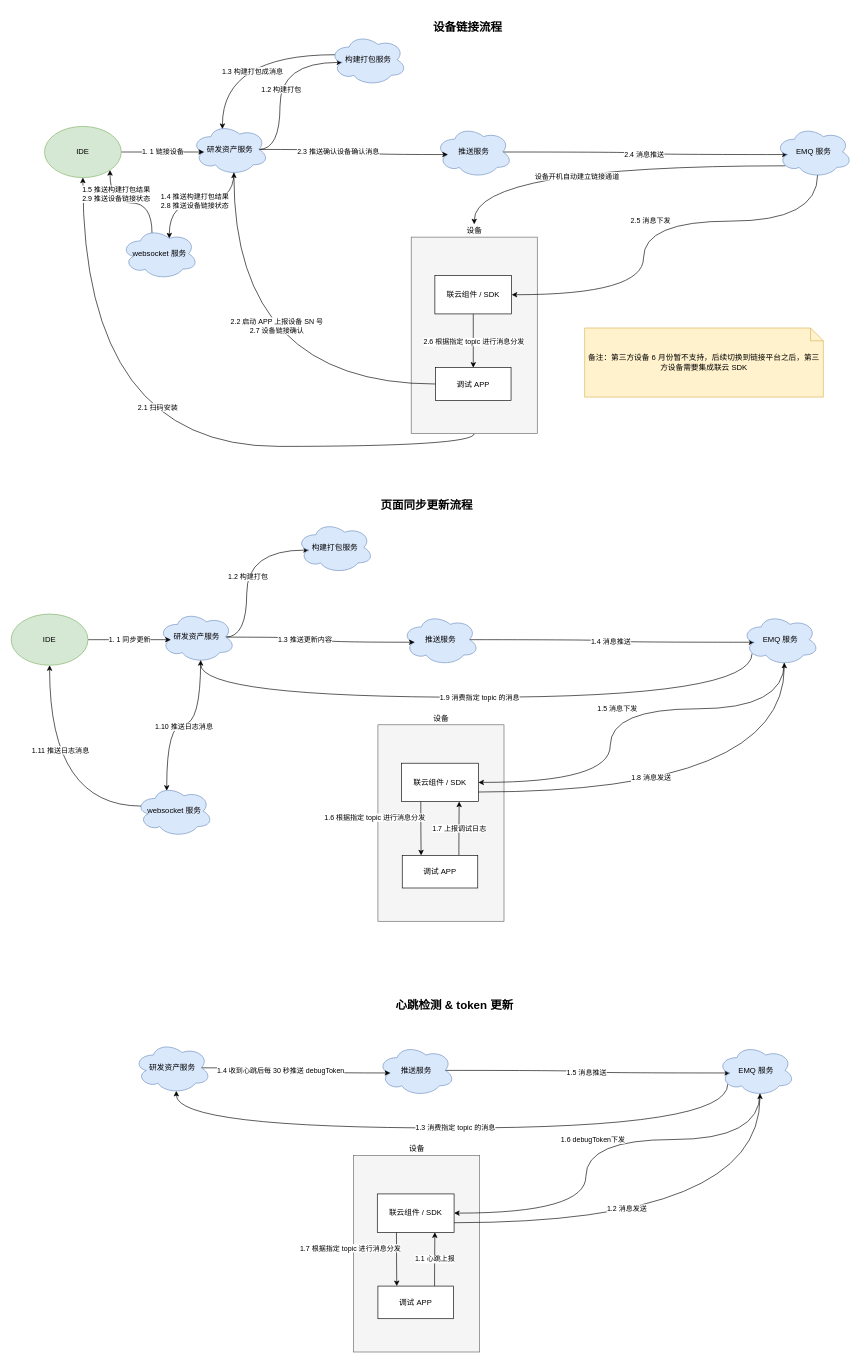
The draw.io diagram 部署图/真机调试系统流程图.drawio in yinjunfeng/UML, before the edit. Source tidied: cells renumbered, new cells numbered last; positions are measured from the earlier drawing's top-left corner, leaving out a move shared by most shapes. Both pictures are drawn from the tidied source at 64%, with x=0, y=0 at pixel (11, 20).
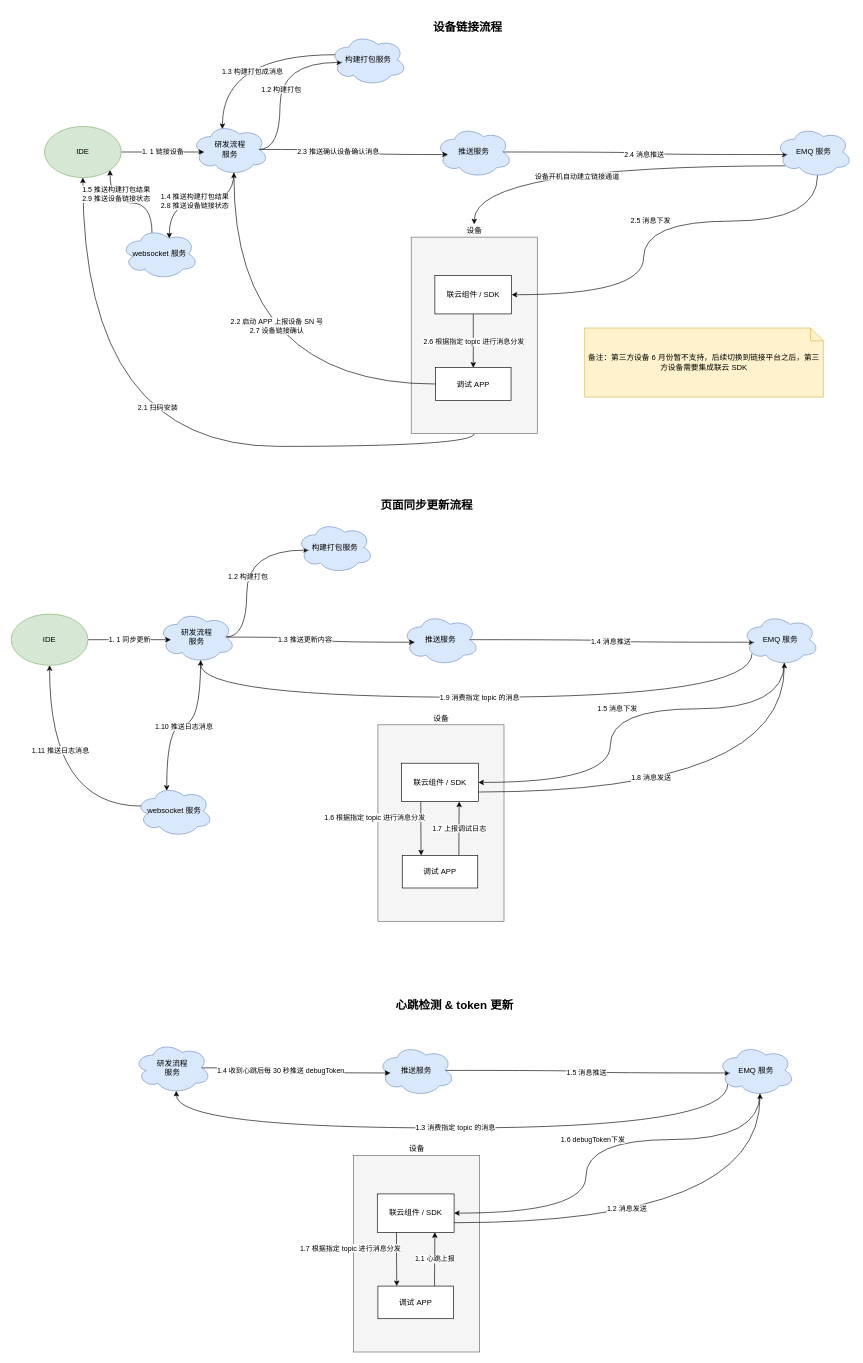
Above is the later version.

Commit message:
Update 真机调试系统流程图.drawio

What changed in the source:
```diff
@@
-    <mxCell id="17" value="研发资产服务" style="ellipse;shape=cloud;whiteSpace=wrap;html=1;fillColor=#dae8fc;strokeColor=#6c8ebf;" parent="1" vertex="1">
+    <mxCell id="17" value="研发流程&lt;br&gt;服务" style="ellipse;shape=cloud;whiteSpace=wrap;html=1;fillColor=#dae8fc;strokeColor=#6c8ebf;" parent="1" vertex="1">
       <mxGeometry x="282" y="161" width="120" height="80" as="geometry" />
     </mxCell>
@@
-    <mxCell id="42" value="研发资产服务" style="ellipse;shape=cloud;whiteSpace=wrap;html=1;fillColor=#dae8fc;strokeColor=#6c8ebf;" parent="1" vertex="1">
+    <mxCell id="42" value="研发流程&lt;br&gt;服务" style="ellipse;shape=cloud;whiteSpace=wrap;html=1;fillColor=#dae8fc;strokeColor=#6c8ebf;" parent="1" vertex="1">
       <mxGeometry x="230" y="923" width="120" height="80" as="geometry" />
     </mxCell>
@@
-    <mxCell id="70" value="研发资产服务" style="ellipse;shape=cloud;whiteSpace=wrap;html=1;fillColor=#dae8fc;strokeColor=#6c8ebf;" parent="1" vertex="1">
+    <mxCell id="70" value="研发流程&lt;br&gt;服务" style="ellipse;shape=cloud;whiteSpace=wrap;html=1;fillColor=#dae8fc;strokeColor=#6c8ebf;" parent="1" vertex="1">
       <mxGeometry x="192" y="1596" width="120" height="80" as="geometry" />
     </mxCell>
```
